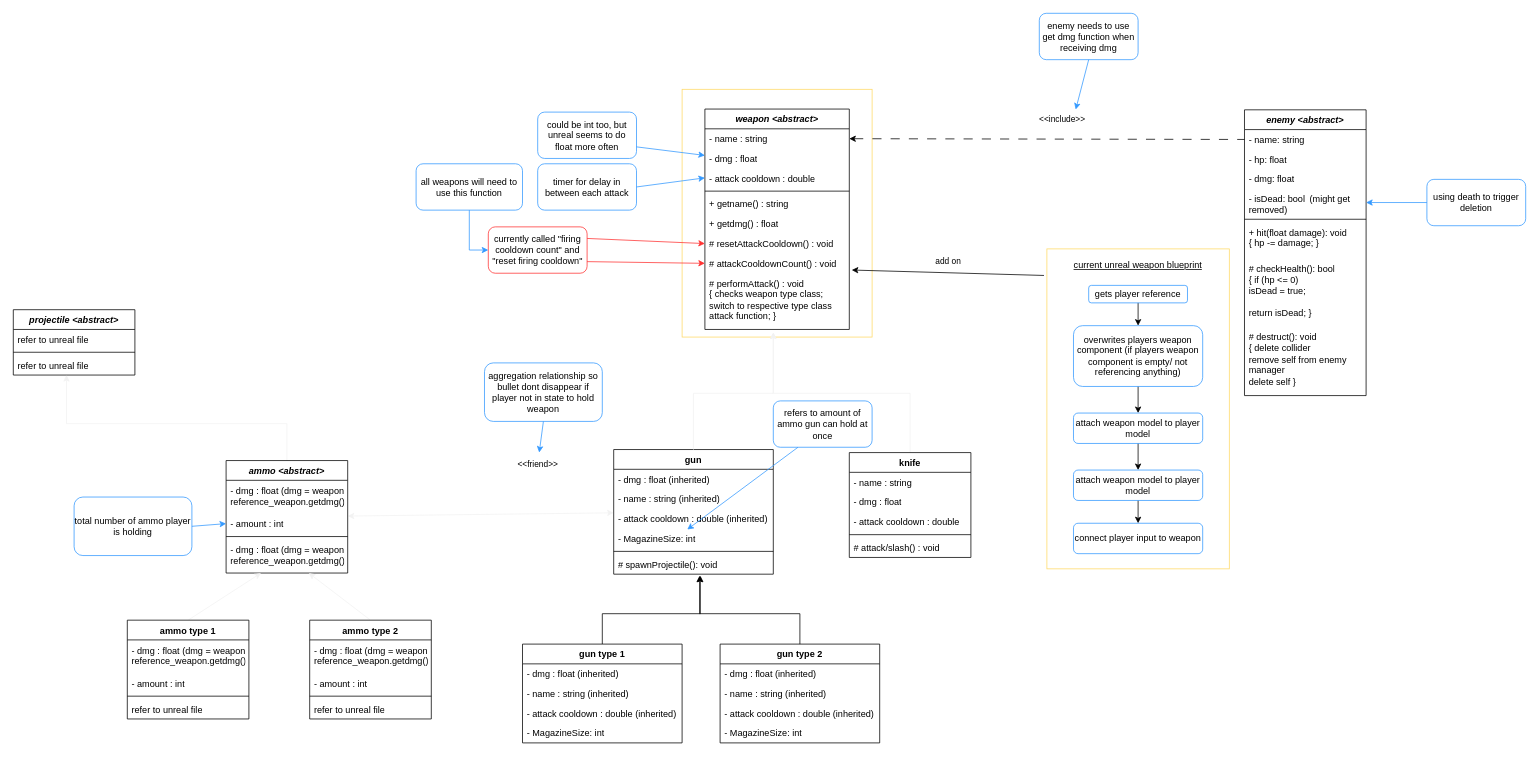
The draw.io diagram iwp grp project/coding class diagram/class diagrams.drawio in FMLneverlucky/2024-sem-1, before the edit. Source tidied: cells renumbered, new cells numbered last; positions are measured from the earlier drawing's top-left corner, leaving out a move shared by most shapes. Both pictures are drawn from the tidied source at 76%, with x=0, y=0 at pixel (13, 13).
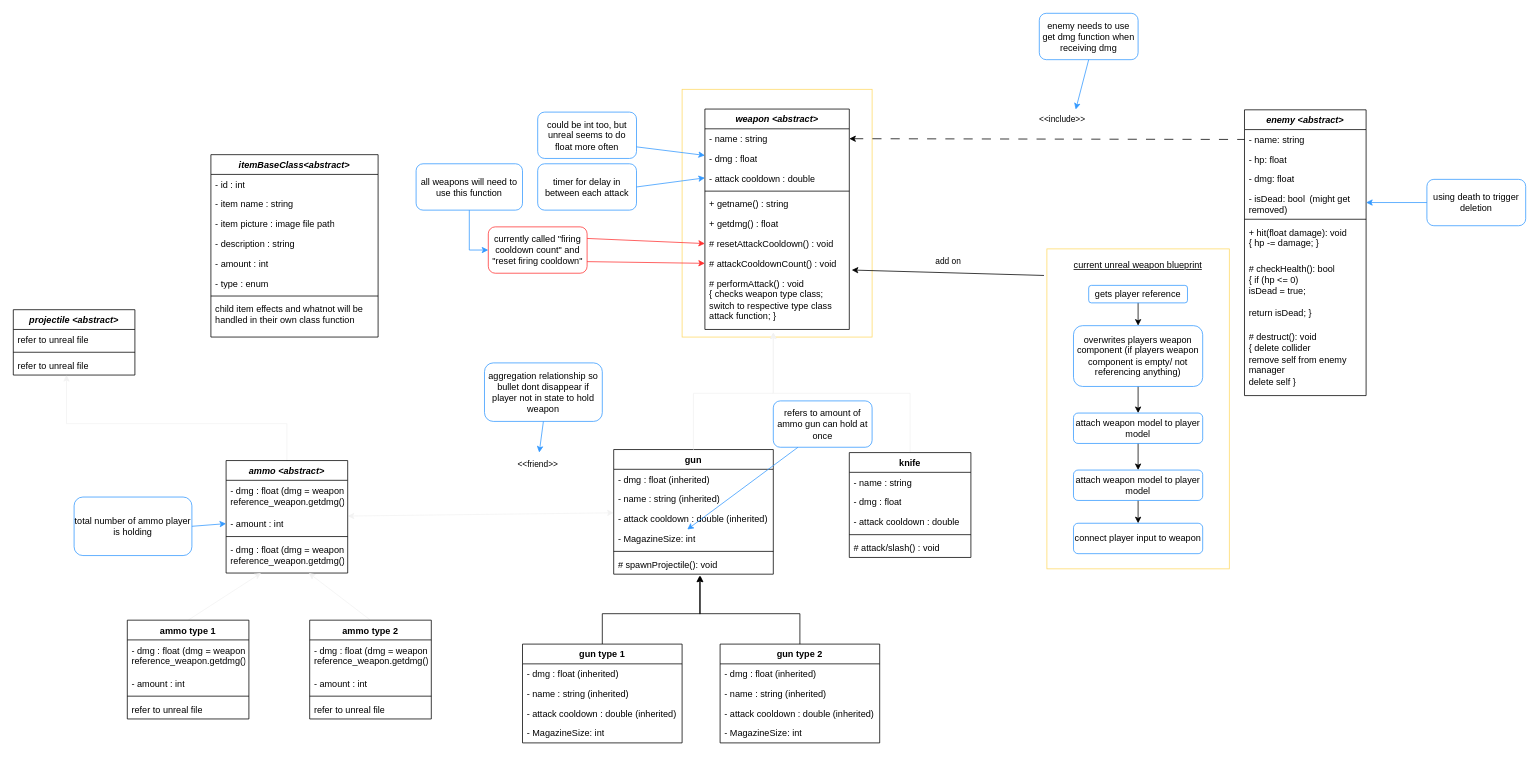
The same diagram, later.

Diff of the diagram source:
```diff
@@
+    <mxCell id="108" value="&lt;i&gt;itemBaseClass&lt;/i&gt;&lt;i style=&quot;background-color: initial;&quot;&gt;&amp;lt;abstract&amp;gt;&lt;/i&gt;" style="swimlane;fontStyle=1;align=center;verticalAlign=top;horizontal=1;startSize=26;whiteSpace=wrap;html=1;" parent="1" vertex="1">
+      <mxGeometry x="260" y="186" width="220" height="240" as="geometry" />
+    </mxCell>
+    <mxCell id="109" value="- id : int" style="text;strokeColor=none;fillColor=none;align=left;verticalAlign=top;spacingLeft=4;spacingRight=4;overflow=hidden;whiteSpace=wrap;html=1;" parent="108" vertex="1">
+      <mxGeometry y="26" width="220" height="26" as="geometry" />
+    </mxCell>
+    <mxCell id="110" value="- item name : string" style="text;strokeColor=none;fillColor=none;align=left;verticalAlign=top;spacingLeft=4;spacingRight=4;overflow=hidden;whiteSpace=wrap;html=1;" parent="108" vertex="1">
+      <mxGeometry y="52" width="220" height="26" as="geometry" />
+    </mxCell>
+    <mxCell id="111" value="- item picture : image file path" style="text;strokeColor=none;fillColor=none;align=left;verticalAlign=top;spacingLeft=4;spacingRight=4;overflow=hidden;whiteSpace=wrap;html=1;" parent="108" vertex="1">
+      <mxGeometry y="78" width="220" height="26" as="geometry" />
+    </mxCell>
+    <mxCell id="112" value="- description : string" style="text;strokeColor=none;fillColor=none;align=left;verticalAlign=top;spacingLeft=4;spacingRight=4;overflow=hidden;whiteSpace=wrap;html=1;" parent="108" vertex="1">
+      <mxGeometry y="104" width="220" height="26" as="geometry" />
+    </mxCell>
+    <mxCell id="113" value="- amount : int" style="text;strokeColor=none;fillColor=none;align=left;verticalAlign=top;spacingLeft=4;spacingRight=4;overflow=hidden;whiteSpace=wrap;html=1;" parent="108" vertex="1">
+      <mxGeometry y="130" width="220" height="26" as="geometry" />
+    </mxCell>
+    <mxCell id="114" value="- type : enum" style="text;strokeColor=none;fillColor=none;align=left;verticalAlign=top;spacingLeft=4;spacingRight=4;overflow=hidden;whiteSpace=wrap;html=1;" parent="108" vertex="1">
+      <mxGeometry y="156" width="220" height="26" as="geometry" />
+    </mxCell>
+    <mxCell id="115" style="line;strokeWidth=1;fillColor=none;align=left;verticalAlign=middle;spacingTop=-1;spacingLeft=3;spacingRight=3;labelPosition=right;strokeColor=inherit;" parent="108" vertex="1">
+      <mxGeometry y="182" width="220" height="8" as="geometry" />
+    </mxCell>
+    <mxCell id="116" value="child item effects and whatnot will be&amp;nbsp; handled in their own class function" style="text;strokeColor=none;fillColor=none;align=left;verticalAlign=top;spacingLeft=4;spacingRight=4;overflow=hidden;whiteSpace=wrap;html=1;" parent="108" vertex="1">
+      <mxGeometry y="190" width="220" height="50" as="geometry" />
+    </mxCell>
```
